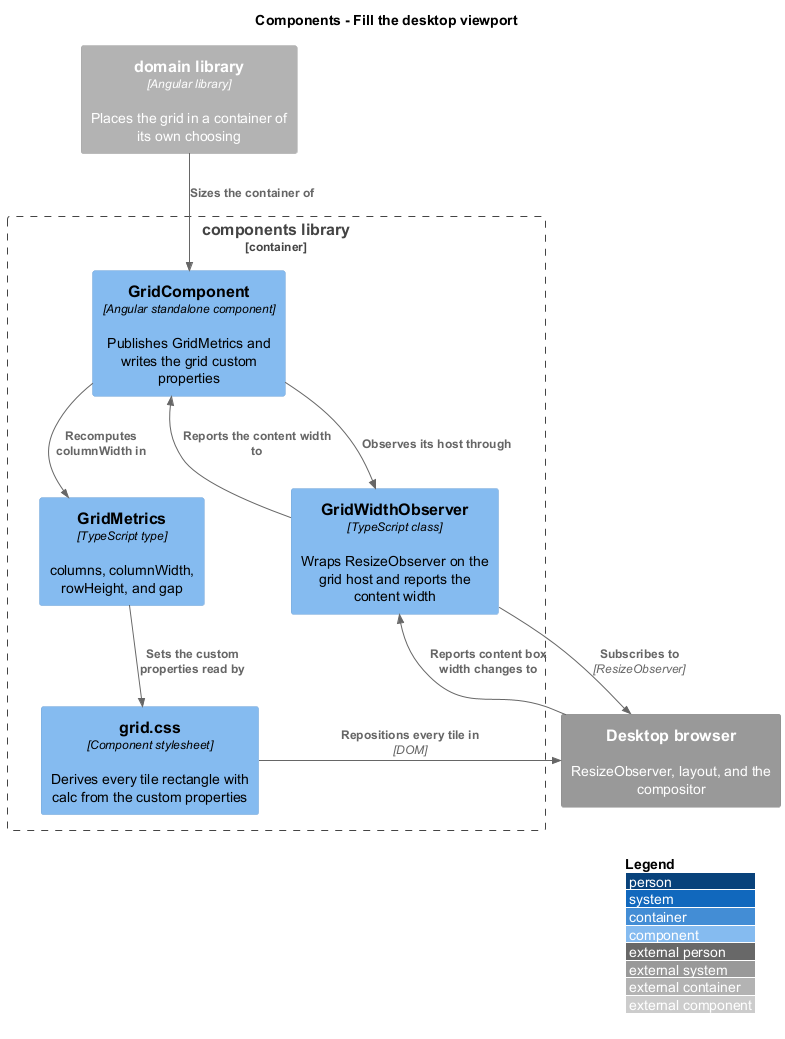
QuinntyneBrown/qbc-grid keeps this PlantUML diagram as docs/detailed-designs/library-delivery/fill-the-desktop-viewport/diagrams/c4-component.png. Above is the earlier version.
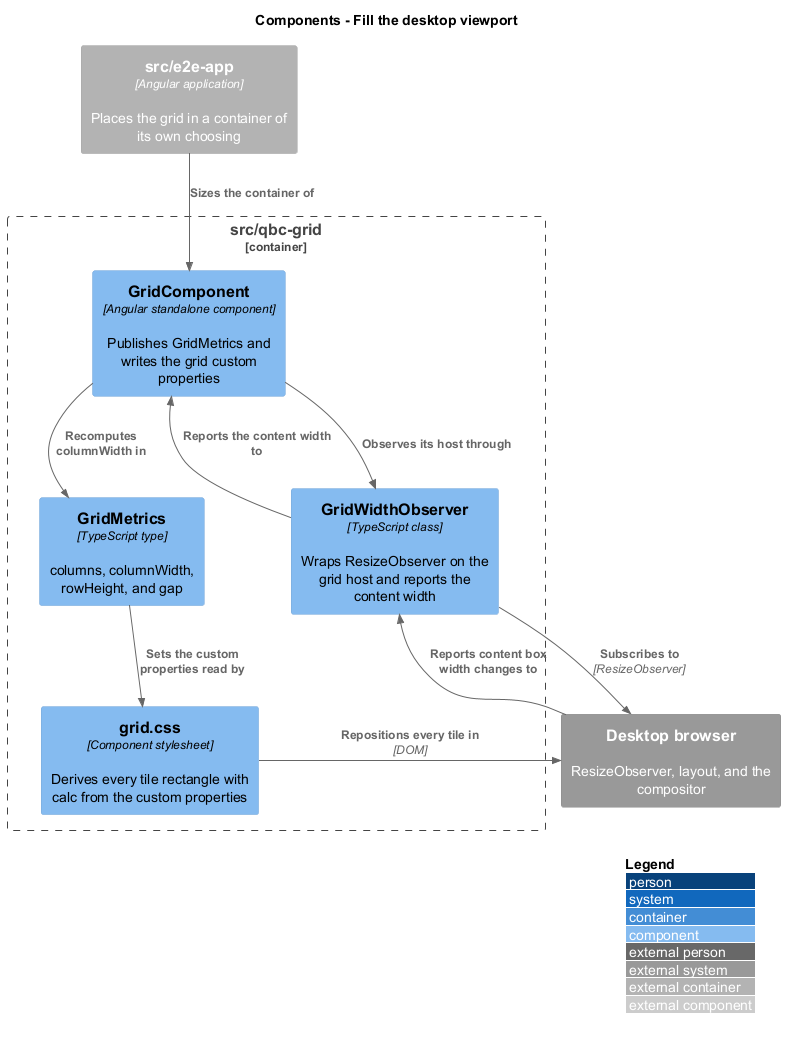
After the change.

Change to the diagram source:
```diff
@@ -3,17 +3,17 @@
 LAYOUT_WITH_LEGEND()
 title Components - Fill the desktop viewport
 
-Container_Boundary(components, "components library") {
+Container_Boundary(components, "src/qbc-grid") {
   Component(grid, "GridComponent", "Angular standalone component", "Publishes GridMetrics and writes the grid custom properties")
   Component(observer, "GridWidthObserver", "TypeScript class", "Wraps ResizeObserver on the grid host and reports the content width")
   Component(metrics, "GridMetrics", "TypeScript type", "columns, columnWidth, rowHeight, and gap")
   Component(styles, "grid.css", "Component stylesheet", "Derives every tile rectangle with calc from the custom properties")
 }
 
-Container_Ext(domain, "domain library", "Angular library", "Places the grid in a container of its own choosing")
+Container_Ext(app, "src/e2e-app", "Angular application", "Places the grid in a container of its own choosing")
 System_Ext(browser, "Desktop browser", "ResizeObserver, layout, and the compositor")
 
-Rel(domain, grid, "Sizes the container of")
+Rel(app, grid, "Sizes the container of")
 Rel(grid, observer, "Observes its host through")
 Rel(observer, browser, "Subscribes to", "ResizeObserver")
 Rel(browser, observer, "Reports content box width changes to")
```
